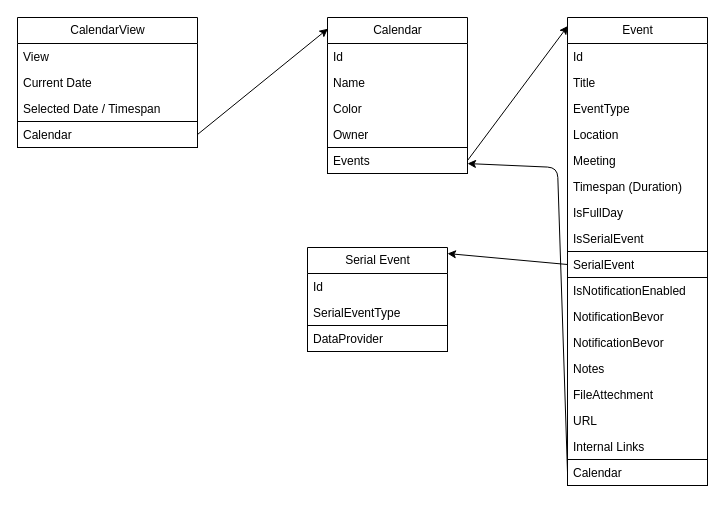
Earlier version of the draw.io diagram Architecture/Calendar.drawio (TodoXpress/Documentation). Source tidied: cells renumbered, new cells numbered last; positions are measured from the earlier drawing's top-left corner, leaving out a move shared by most shapes. Both pictures are drawn from the tidied source at 100%, with x=0, y=0 at pixel (17, 17).
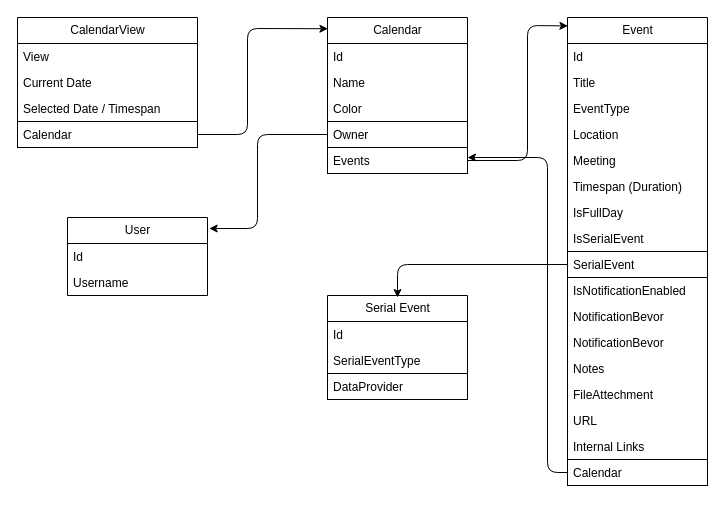
Above is the later version.

Commit message:
rework design and add user

The change refers to these unchanged cells:
```xml
<mxCell id="6" value="Calendar" style="text;strokeColor=default;fillColor=none;align=left;verticalAlign=top;spacingLeft=4;spacingRight=4;overflow=hidden;points=[[0,0.5],[1,0.5]];portConstraint=eastwest;whiteSpace=wrap;html=1;" parent="2" vertex="1">
  <mxGeometry y="104" width="180" height="26" as="geometry" />
</mxCell>
<mxCell id="7" value="Calendar" style="swimlane;fontStyle=0;horizontal=1;startSize=26;fillColor=none;html=1;" parent="1" vertex="1">
  <mxGeometry x="310" width="140" height="156" as="geometry" />
</mxCell>
<mxCell id="12" value="Events" style="text;strokeColor=default;fillColor=none;align=left;verticalAlign=top;spacingLeft=4;spacingRight=4;overflow=hidden;points=[[0,0.5],[1,0.5]];portConstraint=eastwest;whiteSpace=wrap;html=1;" parent="7" vertex="1">
  <mxGeometry y="130" width="140" height="26" as="geometry" />
</mxCell>
<mxCell id="14" value="Event" style="swimlane;fontStyle=0;horizontal=1;startSize=26;fillColor=none;html=1;strokeColor=default;" parent="1" vertex="1">
  <mxGeometry x="550" width="140" height="468" as="geometry" />
</mxCell>
<mxCell id="23" value="SerialEvent" style="text;strokeColor=default;fillColor=none;align=left;verticalAlign=top;spacingLeft=4;spacingRight=4;overflow=hidden;points=[[0,0.5],[1,0.5]];portConstraint=eastwest;whiteSpace=wrap;html=1;" parent="14" vertex="1">
  <mxGeometry y="234" width="140" height="26" as="geometry" />
</mxCell>
<mxCell id="31" value="Calendar" style="text;strokeColor=default;fillColor=none;align=left;verticalAlign=top;spacingLeft=4;spacingRight=4;overflow=hidden;points=[[0,0.5],[1,0.5]];portConstraint=eastwest;whiteSpace=wrap;html=1;" parent="14" vertex="1">
  <mxGeometry y="442" width="140" height="26" as="geometry" />
</mxCell>
```

What changed in the source:
```diff
@@
-    <mxCell id="11" value="Owner" style="text;strokeColor=none;fillColor=none;align=left;verticalAlign=top;spacingLeft=4;spacingRight=4;overflow=hidden;points=[[0,0.5],[1,0.5]];portConstraint=eastwest;whiteSpace=wrap;html=1;" parent="7" vertex="1">
+    <mxCell id="11" value="Owner" style="text;strokeColor=default;fillColor=none;align=left;verticalAlign=top;spacingLeft=4;spacingRight=4;overflow=hidden;points=[[0,0.5],[1,0.5]];portConstraint=eastwest;whiteSpace=wrap;html=1;" parent="7" vertex="1">
       <mxGeometry y="104" width="140" height="26" as="geometry" />
     </mxCell>
@@
     <mxCell id="13" style="edgeStyle=none;html=1;entryX=0.003;entryY=0.072;entryDx=0;entryDy=0;entryPerimeter=0;exitX=1;exitY=0.5;exitDx=0;exitDy=0;" parent="1" edge="1" source="6" target="7">
-      <mxGeometry relative="1" as="geometry" />
+      <mxGeometry relative="1" as="geometry">
+        <Array as="points">
+          <mxPoint x="230" y="117" />
+          <mxPoint x="230" y="11" />
+        </Array>
+      </mxGeometry>
     </mxCell>
@@
     <mxCell id="32" style="edgeStyle=none;html=1;exitX=1;exitY=0.5;exitDx=0;exitDy=0;entryX=0.003;entryY=0.018;entryDx=0;entryDy=0;entryPerimeter=0;" parent="1" edge="1" source="12" target="14">
-      <mxGeometry relative="1" as="geometry" />
+      <mxGeometry relative="1" as="geometry">
+        <Array as="points">
+          <mxPoint x="510" y="143" />
+          <mxPoint x="510" y="8" />
+        </Array>
+      </mxGeometry>
     </mxCell>
-    <mxCell id="33" style="edgeStyle=none;html=1;exitX=0;exitY=0.5;exitDx=0;exitDy=0;" parent="1" edge="1" source="31" target="12">
+    <mxCell id="33" style="edgeStyle=none;html=1;exitX=0;exitY=0.5;exitDx=0;exitDy=0;" parent="1" edge="1" source="31">
       <mxGeometry relative="1" as="geometry">
+        <mxPoint x="450" y="140" as="targetPoint" />
         <Array as="points">
-          <mxPoint x="540" y="150" />
+          <mxPoint x="530" y="455" />
+          <mxPoint x="530" y="140" />
         </Array>
       </mxGeometry>
     </mxCell>
     <mxCell id="34" value="Serial Event" style="swimlane;fontStyle=0;horizontal=1;startSize=26;fillColor=none;html=1;strokeColor=default;" parent="1" vertex="1">
-      <mxGeometry x="290" y="230" width="140" height="104" as="geometry" />
+      <mxGeometry x="310" y="278" width="140" height="104" as="geometry" />
     </mxCell>
@@
-    <mxCell id="38" style="edgeStyle=none;html=1;exitX=0;exitY=0.5;exitDx=0;exitDy=0;entryX=1;entryY=0.058;entryDx=0;entryDy=0;entryPerimeter=0;" parent="1" edge="1" source="23" target="34">
-      <mxGeometry relative="1" as="geometry" />
+    <mxCell id="38" style="edgeStyle=none;html=1;exitX=0;exitY=0.5;exitDx=0;exitDy=0;" parent="1" edge="1" source="23">
+      <mxGeometry relative="1" as="geometry">
+        <mxPoint x="380" y="280" as="targetPoint" />
+        <Array as="points">
+          <mxPoint x="380" y="247" />
+        </Array>
+      </mxGeometry>
     </mxCell>
+    <mxCell id="39" value="User" style="swimlane;fontStyle=0;horizontal=1;startSize=26;fillColor=none;html=1;strokeColor=default;" parent="1" vertex="1">
+      <mxGeometry x="50" y="200" width="140" height="78" as="geometry" />
+    </mxCell>
+    <mxCell id="40" value="Id" style="text;strokeColor=none;fillColor=none;align=left;verticalAlign=top;spacingLeft=4;spacingRight=4;overflow=hidden;whiteSpace=wrap;html=1;" parent="39" vertex="1">
+      <mxGeometry y="26" width="140" height="26" as="geometry" />
+    </mxCell>
+    <mxCell id="41" value="Username" style="text;strokeColor=none;fillColor=none;align=left;verticalAlign=top;spacingLeft=4;spacingRight=4;overflow=hidden;whiteSpace=wrap;html=1;" parent="39" vertex="1">
+      <mxGeometry y="52" width="140" height="26" as="geometry" />
+    </mxCell>
+    <mxCell id="42" style="edgeStyle=none;html=1;exitX=0;exitY=0.5;exitDx=0;exitDy=0;entryX=1.012;entryY=0.141;entryDx=0;entryDy=0;entryPerimeter=0;" parent="1" edge="1" source="11" target="39">
+      <mxGeometry relative="1" as="geometry">
+        <Array as="points">
+          <mxPoint x="240" y="117" />
+          <mxPoint x="240" y="211" />
+        </Array>
+      </mxGeometry>
+    </mxCell>
```
